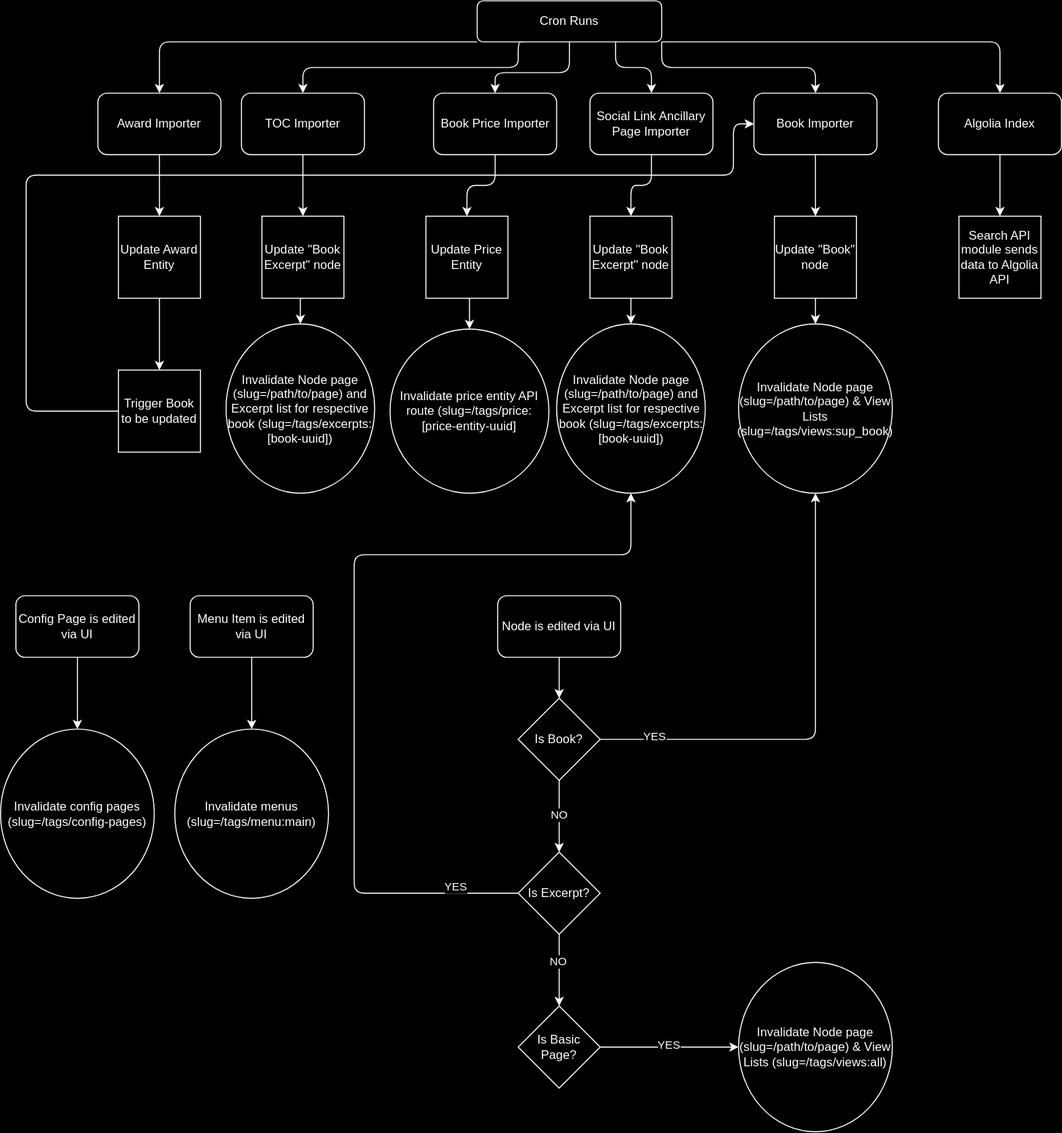
SU-SWS/press-nextjs keeps this draw.io diagram as docs/press-architecture.drawio.svg. Above is the earlier version. Source tidied: cells renumbered, new cells last; positions are measured from the earlier drawing's top-left corner, leaving out a move shared by most shapes.
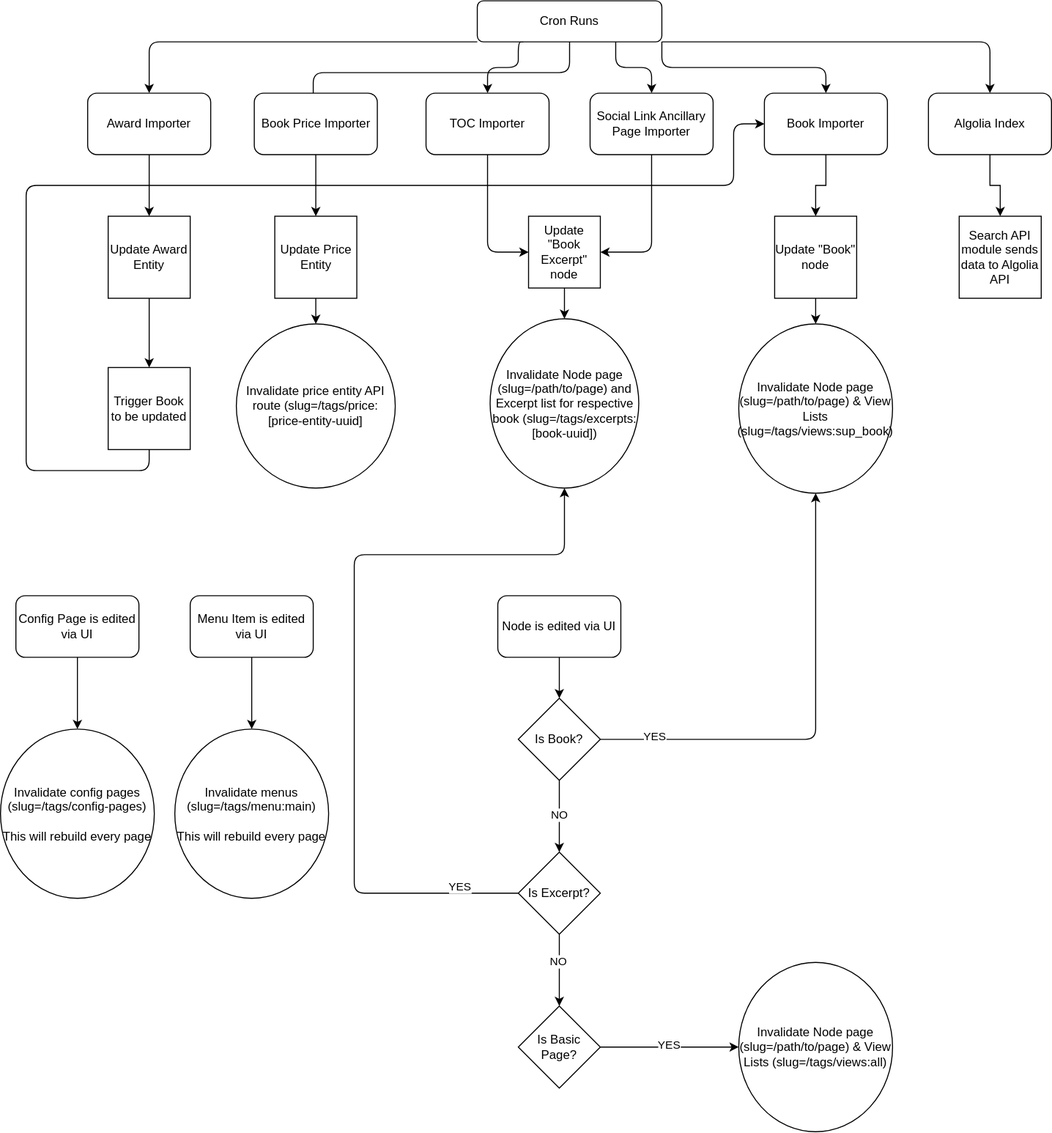
After the change.

Commit message:
Simplify workflow flowchart

The edit, as a diff of the source:
```diff
@@ -5,7 +5,7 @@
     <mxCell id="2" style="edgeStyle=orthogonalEdgeStyle;rounded=1;jettySize=auto;html=1;exitX=0;exitY=1;exitDx=0;exitDy=0;entryX=0.5;entryY=0;entryDx=0;entryDy=0;curved=0;" parent="1" edge="1" source="8" target="20">
       <mxGeometry relative="1" as="geometry">
         <Array as="points">
-          <mxPoint x="155" y="40" />
+          <mxPoint x="145" y="40" />
         </Array>
       </mxGeometry>
     </mxCell>
@@ -14,7 +14,7 @@
         <Array as="points">
           <mxPoint x="505" y="40" />
           <mxPoint x="505" y="65" />
-          <mxPoint x="295" y="65" />
+          <mxPoint x="475" y="65" />
         </Array>
       </mxGeometry>
     </mxCell>
@@ -22,7 +22,8 @@
       <mxGeometry relative="1" as="geometry">
         <Array as="points">
           <mxPoint x="555" y="70" />
-          <mxPoint x="483" y="70" />
+          <mxPoint x="305" y="70" />
+          <mxPoint x="305" y="120" />
         </Array>
       </mxGeometry>
     </mxCell>
@@ -35,14 +36,14 @@
     <mxCell id="7" style="edgeStyle=orthogonalEdgeStyle;rounded=1;jettySize=auto;html=1;exitX=1;exitY=1;exitDx=0;exitDy=0;entryX=0.5;entryY=0;entryDx=0;entryDy=0;curved=0;" parent="1" edge="1" source="8" target="14">
       <mxGeometry relative="1" as="geometry">
         <Array as="points">
-          <mxPoint x="975" y="40" />
+          <mxPoint x="965" y="40" />
         </Array>
       </mxGeometry>
     </mxCell>
     <mxCell id="8" value="Cron Runs" style="rounded=1;whiteSpace=wrap;html=1;fontSize=12;glass=0;strokeWidth=1;shadow=0;" parent="1" vertex="1">
       <mxGeometry x="465" width="180" height="40" as="geometry" />
     </mxCell>
-    <mxCell id="9" style="edgeStyle=orthogonalEdgeStyle;rounded=1;jettySize=auto;html=1;exitX=0.5;exitY=1;exitDx=0;exitDy=0;entryX=0.5;entryY=0;entryDx=0;entryDy=0;curved=0;" parent="1" edge="1" source="10" target="28">
+    <mxCell id="9" style="edgeStyle=orthogonalEdgeStyle;rounded=1;jettySize=auto;html=1;exitX=0.5;exitY=1;exitDx=0;exitDy=0;entryX=1;entryY=0.5;entryDx=0;entryDy=0;curved=0;" parent="1" edge="1" source="10" target="28">
       <mxGeometry relative="1" as="geometry" />
     </mxCell>
     <mxCell id="10" value="Social Link Ancillary Page Importer" style="rounded=1;whiteSpace=wrap;html=1;" parent="1" vertex="1">
@@ -52,62 +53,57 @@
       <mxGeometry relative="1" as="geometry" />
     </mxCell>
     <mxCell id="12" value="Book Importer" style="rounded=1;whiteSpace=wrap;html=1;" parent="1" vertex="1">
-      <mxGeometry x="735" y="90" width="120" height="60" as="geometry" />
+      <mxGeometry x="745" y="90" width="120" height="60" as="geometry" />
     </mxCell>
     <mxCell id="13" style="edgeStyle=orthogonalEdgeStyle;rounded=0;jettySize=auto;html=1;exitX=0.5;exitY=1;exitDx=0;exitDy=0;entryX=0.5;entryY=0;entryDx=0;entryDy=0;" parent="1" edge="1" source="14" target="37">
       <mxGeometry relative="1" as="geometry" />
     </mxCell>
     <mxCell id="14" value="Algolia Index" style="rounded=1;whiteSpace=wrap;html=1;" parent="1" vertex="1">
-      <mxGeometry x="915" y="90" width="120" height="60" as="geometry" />
+      <mxGeometry x="905" y="90" width="120" height="60" as="geometry" />
     </mxCell>
     <mxCell id="15" style="edgeStyle=orthogonalEdgeStyle;rounded=1;jettySize=auto;html=1;exitX=0.5;exitY=1;exitDx=0;exitDy=0;entryX=0.5;entryY=0;entryDx=0;entryDy=0;curved=0;" parent="1" edge="1" source="16" target="32">
       <mxGeometry relative="1" as="geometry" />
     </mxCell>
     <mxCell id="16" value="Book Price Importer" style="rounded=1;whiteSpace=wrap;html=1;" parent="1" vertex="1">
-      <mxGeometry x="422.5" y="90" width="120" height="60" as="geometry" />
+      <mxGeometry x="247.5" y="90" width="120" height="60" as="geometry" />
     </mxCell>
-    <mxCell id="17" style="edgeStyle=orthogonalEdgeStyle;rounded=0;jettySize=auto;html=1;exitX=0.5;exitY=1;exitDx=0;exitDy=0;entryX=0.5;entryY=0;entryDx=0;entryDy=0;" parent="1" edge="1" source="18" target="26">
-      <mxGeometry relative="1" as="geometry" />
-    </mxCell>
+    <mxCell id="60" style="edgeStyle=orthogonalEdgeStyle;rounded=1;jettySize=auto;html=1;exitX=0.5;exitY=1;exitDx=0;exitDy=0;entryX=0;entryY=0.5;entryDx=0;entryDy=0;curved=0;" parent="1" edge="1" source="18" target="28">
+      <mxGeometry relative="1" as="geometry" />
+    </mxCell>
     <mxCell id="18" value="TOC Importer" style="rounded=1;whiteSpace=wrap;html=1;" parent="1" vertex="1">
-      <mxGeometry x="235" y="90" width="120" height="60" as="geometry" />
+      <mxGeometry x="415" y="90" width="120" height="60" as="geometry" />
     </mxCell>
     <mxCell id="19" style="edgeStyle=orthogonalEdgeStyle;rounded=0;jettySize=auto;html=1;exitX=0.5;exitY=1;exitDx=0;exitDy=0;entryX=0.5;entryY=0;entryDx=0;entryDy=0;" parent="1" edge="1" source="20" target="22">
       <mxGeometry relative="1" as="geometry" />
     </mxCell>
     <mxCell id="20" value="Award Importer" style="rounded=1;whiteSpace=wrap;html=1;" parent="1" vertex="1">
-      <mxGeometry x="95" y="90" width="120" height="60" as="geometry" />
+      <mxGeometry x="85" y="90" width="120" height="60" as="geometry" />
     </mxCell>
     <mxCell id="21" style="edgeStyle=orthogonalEdgeStyle;rounded=0;jettySize=auto;html=1;entryX=0.5;entryY=0;entryDx=0;entryDy=0;" parent="1" edge="1" source="22" target="24">
       <mxGeometry relative="1" as="geometry" />
     </mxCell>
     <mxCell id="22" value="Update Award Entity" style="whiteSpace=wrap;html=1;" parent="1" vertex="1">
-      <mxGeometry x="115" y="210" width="80" height="80" as="geometry" />
+      <mxGeometry x="105" y="210" width="80" height="80" as="geometry" />
     </mxCell>
-    <mxCell id="23" style="edgeStyle=orthogonalEdgeStyle;rounded=1;jettySize=auto;html=1;exitX=0;exitY=0.5;exitDx=0;exitDy=0;entryX=0;entryY=0.5;entryDx=0;entryDy=0;curved=0;" parent="1" edge="1" source="24" target="12">
+    <mxCell id="23" style="edgeStyle=orthogonalEdgeStyle;rounded=1;jettySize=auto;html=1;exitX=0.5;exitY=1;exitDx=0;exitDy=0;entryX=0;entryY=0.5;entryDx=0;entryDy=0;curved=0;" parent="1" edge="1" source="24" target="12">
       <mxGeometry relative="1" as="geometry">
         <Array as="points">
-          <mxPoint x="25" y="400" />
-          <mxPoint x="25" y="170" />
-          <mxPoint x="715" y="170" />
+          <mxPoint x="145" y="458" />
+          <mxPoint x="25" y="458" />
+          <mxPoint x="25" y="180" />
+          <mxPoint x="715" y="180" />
           <mxPoint x="715" y="120" />
         </Array>
       </mxGeometry>
     </mxCell>
     <mxCell id="24" value="Trigger Book to be updated" style="whiteSpace=wrap;html=1;" parent="1" vertex="1">
-      <mxGeometry x="115" y="360" width="80" height="80" as="geometry" />
+      <mxGeometry x="105" y="357.5" width="80" height="80" as="geometry" />
     </mxCell>
-    <mxCell id="25" style="edgeStyle=orthogonalEdgeStyle;rounded=0;jettySize=auto;html=1;exitX=0.5;exitY=1;exitDx=0;exitDy=0;entryX=0.5;entryY=0;entryDx=0;entryDy=0;" parent="1" edge="1" source="26" target="33">
-      <mxGeometry relative="1" as="geometry" />
-    </mxCell>
-    <mxCell id="26" value="Update &quot;Book Excerpt&quot; node" style="whiteSpace=wrap;html=1;" parent="1" vertex="1">
-      <mxGeometry x="255" y="210" width="80" height="80" as="geometry" />
-    </mxCell>
     <mxCell id="27" style="edgeStyle=orthogonalEdgeStyle;rounded=0;jettySize=auto;html=1;exitX=0.5;exitY=1;exitDx=0;exitDy=0;entryX=0.5;entryY=0;entryDx=0;entryDy=0;" parent="1" edge="1" source="28" target="36">
       <mxGeometry relative="1" as="geometry" />
     </mxCell>
     <mxCell id="28" value="Update &quot;Book Excerpt&quot; node" style="whiteSpace=wrap;html=1;" parent="1" vertex="1">
-      <mxGeometry x="575" y="210" width="80" height="80" as="geometry" />
+      <mxGeometry x="515" y="210" width="70" height="70" as="geometry" />
     </mxCell>
     <mxCell id="29" style="edgeStyle=orthogonalEdgeStyle;rounded=0;jettySize=auto;html=1;exitX=0.5;exitY=1;exitDx=0;exitDy=0;entryX=0.5;entryY=0;entryDx=0;entryDy=0;" parent="1" edge="1" source="30" target="35">
       <mxGeometry relative="1" as="geometry" />
@@ -119,19 +115,16 @@
       <mxGeometry relative="1" as="geometry" />
     </mxCell>
     <mxCell id="32" value="Update Price Entity" style="whiteSpace=wrap;html=1;" parent="1" vertex="1">
-      <mxGeometry x="415" y="210" width="80" height="80" as="geometry" />
+      <mxGeometry x="267.5" y="210" width="80" height="80" as="geometry" />
     </mxCell>
-    <mxCell id="33" value="Invalidate Node page (slug=/path/to/page) and Excerpt list for respective book (slug=/tags/excerpts:[book-uuid])" style="ellipse;whiteSpace=wrap;html=1;" parent="1" vertex="1">
-      <mxGeometry x="220" y="315" width="145" height="165" as="geometry" />
-    </mxCell>
     <mxCell id="34" value="&lt;div&gt;Invalidate price entity API route (slug=/tags/price:[price-entity-uuid]&lt;br&gt;&lt;/div&gt;" style="ellipse;whiteSpace=wrap;html=1;" parent="1" vertex="1">
-      <mxGeometry x="380" y="320" width="155" height="160" as="geometry" />
+      <mxGeometry x="230" y="315" width="155" height="160" as="geometry" />
     </mxCell>
     <mxCell id="35" value="&lt;div&gt;Invalidate Node page (slug=/path/to/page) &amp;amp; View Lists (slug=/tags/views:sup_book)&lt;/div&gt;" style="ellipse;whiteSpace=wrap;html=1;" parent="1" vertex="1">
       <mxGeometry x="720" y="315" width="150" height="165" as="geometry" />
     </mxCell>
     <mxCell id="36" value="Invalidate Node page (slug=/path/to/page) and Excerpt list for respective book (slug=/tags/excerpts:[book-uuid])" style="ellipse;whiteSpace=wrap;html=1;" parent="1" vertex="1">
-      <mxGeometry x="542.5" y="315" width="145" height="165" as="geometry" />
+      <mxGeometry x="477.5" y="310" width="145" height="165" as="geometry" />
     </mxCell>
     <mxCell id="37" value="&lt;div&gt;Search API module sends data to Algolia API&lt;/div&gt;" style="whiteSpace=wrap;html=1;" parent="1" vertex="1">
       <mxGeometry x="935" y="210" width="80" height="80" as="geometry" />
@@ -164,7 +157,7 @@
         <Array as="points">
           <mxPoint x="345" y="870" />
           <mxPoint x="345" y="540" />
-          <mxPoint x="615" y="540" />
+          <mxPoint x="550" y="540" />
         </Array>
       </mxGeometry>
     </mxCell>
@@ -198,7 +191,7 @@
     <mxCell id="55" value="Config Page is edited via UI" style="rounded=1;whiteSpace=wrap;html=1;" parent="1" vertex="1">
       <mxGeometry x="15" y="580" width="120" height="60" as="geometry" />
     </mxCell>
-    <mxCell id="56" value="&lt;div&gt;Invalidate config pages (slug=/tags/config-pages)&lt;/div&gt;" style="ellipse;whiteSpace=wrap;html=1;" parent="1" vertex="1">
+    <mxCell id="56" value="&lt;div&gt;Invalidate config pages (slug=/tags/config-pages)&lt;/div&gt;&lt;div&gt;&lt;br&gt;&lt;/div&gt;&lt;div&gt;This will rebuild every page&lt;br&gt;&lt;/div&gt;" style="ellipse;whiteSpace=wrap;html=1;" parent="1" vertex="1">
       <mxGeometry y="710" width="150" height="165" as="geometry" />
     </mxCell>
     <mxCell id="57" style="edgeStyle=orthogonalEdgeStyle;rounded=0;jettySize=auto;html=1;entryX=0.5;entryY=0;entryDx=0;entryDy=0;" parent="1" edge="1" source="58" target="59">
@@ -207,7 +200,7 @@
     <mxCell id="58" value="Menu Item is edited via UI" style="rounded=1;whiteSpace=wrap;html=1;" parent="1" vertex="1">
       <mxGeometry x="185" y="580" width="120" height="60" as="geometry" />
     </mxCell>
-    <mxCell id="59" value="&lt;div&gt;Invalidate menus (slug=/tags/menu:main)&lt;/div&gt;" style="ellipse;whiteSpace=wrap;html=1;" parent="1" vertex="1">
+    <mxCell id="59" value="&lt;div&gt;Invalidate menus (slug=/tags/menu:main)&lt;/div&gt;&lt;div&gt;&lt;br&gt;&lt;/div&gt;&lt;div&gt;This will rebuild every page&lt;br&gt;&lt;/div&gt;" style="ellipse;whiteSpace=wrap;html=1;" parent="1" vertex="1">
       <mxGeometry x="170" y="710" width="150" height="165" as="geometry" />
     </mxCell>
   </root>
```
